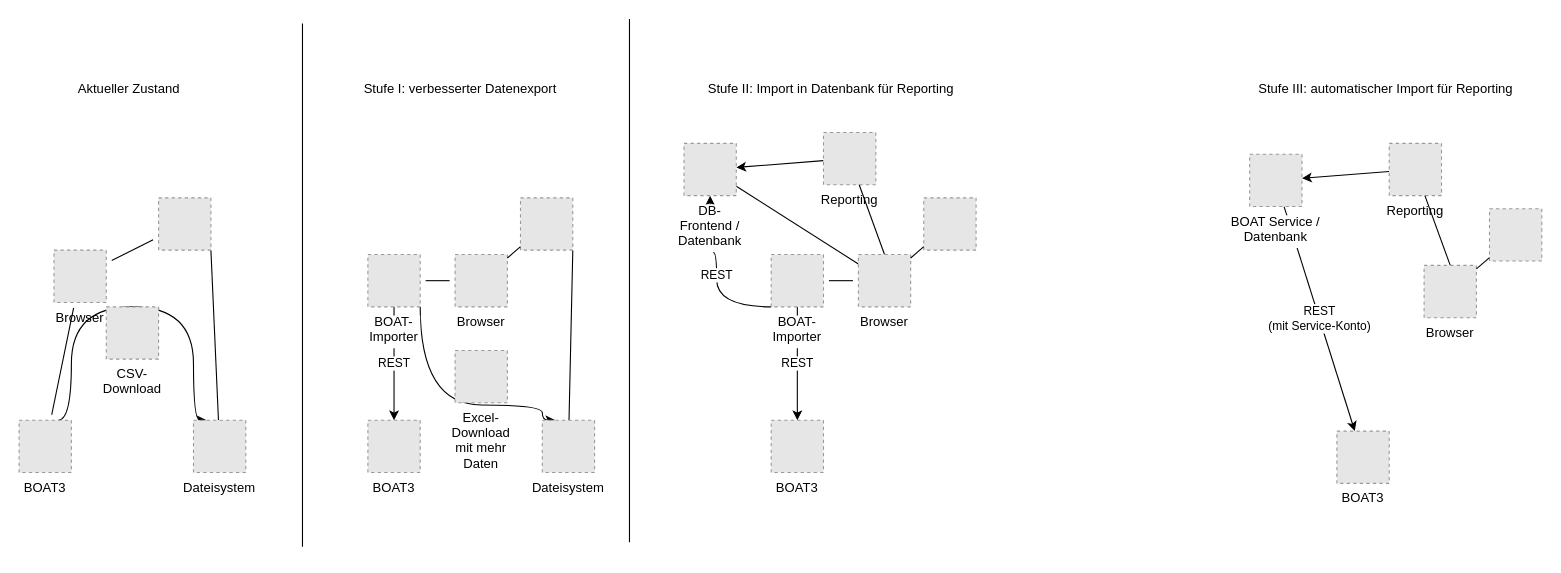
This is Architektur.drawio from rongem/boat-extensions, a draw.io file, before an edit. Source tidied: cells renumbered, new cells numbered last; positions are measured from the earlier drawing's top-left corner, leaving out a move shared by most shapes. Both pictures are drawn from the tidied source at 109%, with x=0, y=0 at pixel (19, 19). Pictures stored in the file or linked from it are replaced by grey dashed boxes.
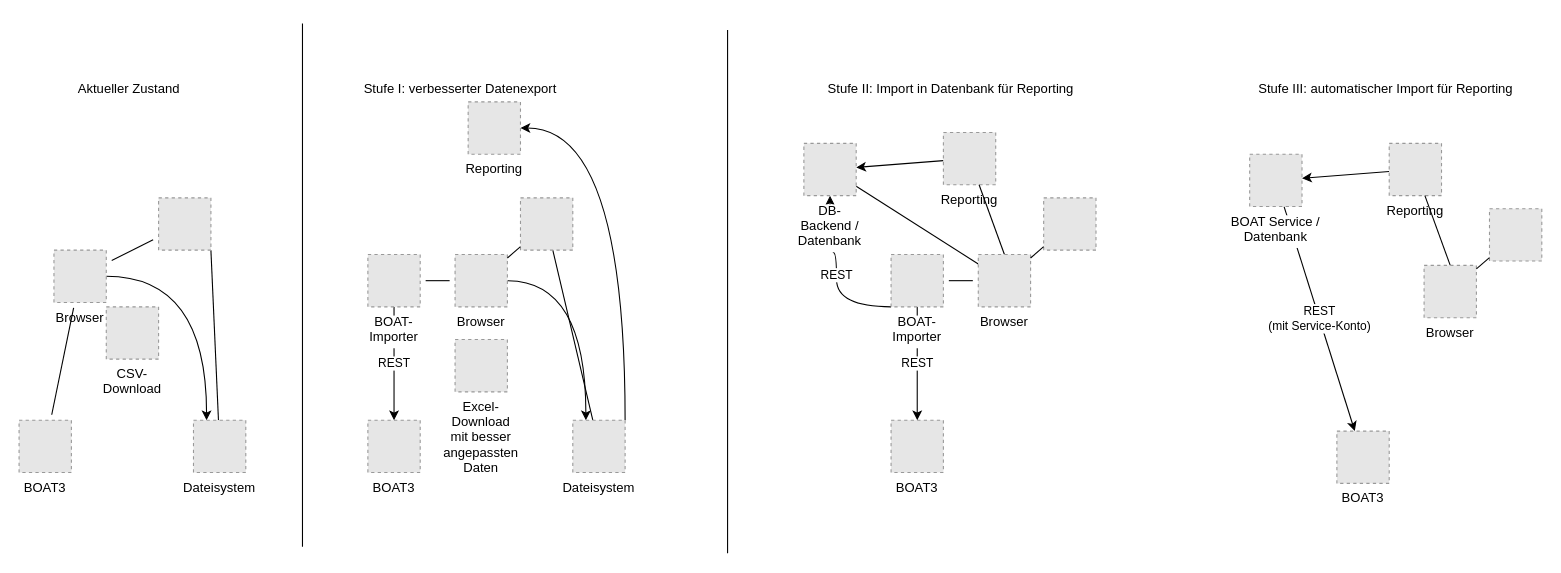
Above is the later version.

Commit message:
updated architecture sketch

The change refers to these unchanged cells:
```xml
<mxCell id="4" value="BOAT3" style="fillColor=#E6E6E6;strokeColor=#999999;dashed=1;verticalLabelPosition=bottom;verticalAlign=top;labelBackgroundColor=#ffffff;" parent="1" vertex="1">
  <mxGeometry y="368" width="48" height="48" as="geometry" />
</mxCell>
<mxCell id="7" value="Dateisystem" style="fillColor=#E6E6E6;strokeColor=#999999;dashed=1;verticalLabelPosition=bottom;verticalAlign=top;" parent="1" vertex="1">
  <mxGeometry x="160" y="368" width="48" height="48" as="geometry" />
</mxCell>
<mxCell id="13" style="fillColor=#E6E6E6;strokeColor=#999999;dashed=1;verticalLabelPosition=bottom;verticalAlign=top;" parent="1" vertex="1">
  <mxGeometry x="460" y="164" width="48" height="48" as="geometry" />
</mxCell>
<mxCell id="17" value="BOAT-&#10;Importer&#10;" style="fillColor=#E6E6E6;strokeColor=#999999;dashed=1;verticalLabelPosition=bottom;verticalAlign=top;labelBackgroundColor=#ffffff;" parent="1" vertex="1">
  <mxGeometry x="320" y="216" width="48" height="48" as="geometry" />
</mxCell>
<mxCell id="18" value="Browser" style="fillColor=#E6E6E6;strokeColor=#999999;dashed=1;verticalLabelPosition=bottom;verticalAlign=top;" parent="1" vertex="1">
  <mxGeometry x="32" y="212" width="48" height="48" as="geometry" />
</mxCell>
<mxCell id="20" value="Browser" style="fillColor=#E6E6E6;strokeColor=#999999;dashed=1;verticalLabelPosition=bottom;verticalAlign=top;" parent="1" vertex="1">
  <mxGeometry x="400" y="216" width="48" height="48" as="geometry" />
</mxCell>
```

The edit, as a diff of the source:
```diff
@@
-    <mxCell id="3" style="edgeStyle=orthogonalEdgeStyle;rounded=0;jettySize=auto;html=1;exitX=0.75;exitY=0;exitDx=0;exitDy=0;endArrow=classic;endFill=1;curved=1;entryX=0.25;entryY=0;entryDx=0;entryDy=0;" parent="1" edge="1" source="4" target="7">
-      <mxGeometry relative="1" as="geometry">
-        <Array as="points">
-          <mxPoint x="48" y="368" />
-          <mxPoint x="48" y="264" />
-          <mxPoint x="160" y="264" />
-          <mxPoint x="160" y="368" />
-        </Array>
-      </mxGeometry>
+    <mxCell id="3" style="edgeStyle=orthogonalEdgeStyle;rounded=0;jettySize=auto;html=1;endArrow=classic;endFill=1;curved=1;entryX=0.25;entryY=0;entryDx=0;entryDy=0;" parent="1" edge="1" source="18" target="7">
+      <mxGeometry relative="1" as="geometry" />
     </mxCell>
@@
-    <mxCell id="10" style="edgeStyle=orthogonalEdgeStyle;rounded=0;jettySize=auto;html=1;endArrow=classic;endFill=1;curved=1;entryX=0.25;entryY=0;entryDx=0;entryDy=0;" parent="1" edge="1" source="17" target="14">
-      <mxGeometry relative="1" as="geometry">
-        <Array as="points">
-          <mxPoint x="368" y="354" />
-          <mxPoint x="480" y="354" />
-          <mxPoint x="480" y="368" />
-        </Array>
-      </mxGeometry>
+    <mxCell id="10" style="edgeStyle=orthogonalEdgeStyle;rounded=0;jettySize=auto;html=1;endArrow=classic;endFill=1;curved=1;entryX=0.25;entryY=0;entryDx=0;entryDy=0;" parent="1" edge="1" source="20" target="14">
+      <mxGeometry relative="1" as="geometry" />
     </mxCell>
@@
-    <mxCell id="12" style="rounded=0;jettySize=auto;html=1;exitX=1;exitY=1;exitDx=0;exitDy=0;endArrow=none;endFill=0;" parent="1" edge="1" source="13" target="14">
+    <mxCell id="12" style="rounded=0;jettySize=auto;html=1;endArrow=none;endFill=0;" parent="1" edge="1" source="13" target="14">
       <mxGeometry relative="1" as="geometry" />
     </mxCell>
@@
+    <mxCell id="50" style="edgeStyle=orthogonalEdgeStyle;rounded=0;jettySize=auto;html=1;exitX=1;exitY=0;exitDx=0;exitDy=0;curved=1;entryX=1;entryY=0.5;entryDx=0;entryDy=0;" parent="1" edge="1" source="14" target="51">
+      <mxGeometry relative="1" as="geometry" />
+    </mxCell>
     <mxCell id="14" value="Dateisystem" style="fillColor=#E6E6E6;strokeColor=#999999;dashed=1;verticalLabelPosition=bottom;verticalAlign=top;" parent="1" vertex="1">
-      <mxGeometry x="480" y="368" width="48" height="48" as="geometry" />
+      <mxGeometry x="508" y="368" width="48" height="48" as="geometry" />
     </mxCell>
-    <mxCell id="15" value="Excel-&#10;Download&#10;mit mehr&#10;Daten&#10;" style="fillColor=#E6E6E6;strokeColor=#999999;dashed=1;verticalLabelPosition=bottom;verticalAlign=top;" parent="1" vertex="1">
-      <mxGeometry x="400" y="304" width="48" height="48" as="geometry" />
+    <mxCell id="15" value="Excel-&#10;Download&#10;mit besser&#10;angepassten&#10;Daten" style="fillColor=#E6E6E6;strokeColor=#999999;dashed=1;verticalLabelPosition=bottom;verticalAlign=top;" parent="1" vertex="1">
+      <mxGeometry x="400" y="294" width="48" height="48" as="geometry" />
     </mxCell>
@@
     <mxCell id="23" style="endArrow=none;html=1;" parent="1" edge="1">
       <mxGeometry relative="1" as="geometry">
-        <mxPoint x="560" y="480" as="sourcePoint" />
-        <mxPoint x="560" as="targetPoint" />
+        <mxPoint x="650" y="490" as="sourcePoint" />
+        <mxPoint x="650" y="10" as="targetPoint" />
       </mxGeometry>
     </mxCell>
@@
     <mxCell id="25" value="BOAT3" style="fillColor=#E6E6E6;strokeColor=#999999;dashed=1;verticalLabelPosition=bottom;verticalAlign=top;labelBackgroundColor=#ffffff;" parent="1" vertex="1">
-      <mxGeometry x="690" y="368" width="48" height="48" as="geometry" />
+      <mxGeometry x="800" y="368" width="48" height="48" as="geometry" />
     </mxCell>
@@
     <mxCell id="27" style="fillColor=#E6E6E6;strokeColor=#999999;dashed=1;verticalLabelPosition=bottom;verticalAlign=top;" parent="1" vertex="1">
-      <mxGeometry x="830" y="164" width="48" height="48" as="geometry" />
+      <mxGeometry x="940" y="164" width="48" height="48" as="geometry" />
     </mxCell>
@@
     <mxCell id="29" value="REST" style="edgeStyle=orthogonalEdgeStyle;rounded=0;jettySize=auto;html=1;endArrow=classic;endFill=1;curved=1;" parent="1" edge="1" source="30" target="33">
       <mxGeometry relative="1" as="geometry">
         <Array as="points">
-          <mxPoint x="640" y="264" />
-          <mxPoint x="640" y="214" />
-          <mxPoint x="634" y="214" />
+          <mxPoint x="750" y="264" />
+          <mxPoint x="750" y="214" />
+          <mxPoint x="744" y="214" />
         </Array>
       </mxGeometry>
     </mxCell>
     <mxCell id="30" value="BOAT-&#10;Importer&#10;" style="fillColor=#E6E6E6;strokeColor=#999999;dashed=1;verticalLabelPosition=bottom;verticalAlign=top;labelBackgroundColor=#ffffff;" parent="1" vertex="1">
-      <mxGeometry x="690" y="216" width="48" height="48" as="geometry" />
+      <mxGeometry x="800" y="216" width="48" height="48" as="geometry" />
     </mxCell>
@@
     <mxCell id="32" value="Reporting" style="fillColor=#E6E6E6;strokeColor=#999999;dashed=1;verticalLabelPosition=bottom;verticalAlign=top;" parent="1" vertex="1">
-      <mxGeometry x="738" y="104" width="48" height="48" as="geometry" />
+      <mxGeometry x="848" y="104" width="48" height="48" as="geometry" />
     </mxCell>
-    <mxCell id="33" value="DB-&#10;Frontend / &#10;Datenbank" style="fillColor=#E6E6E6;strokeColor=#999999;dashed=1;verticalLabelPosition=bottom;verticalAlign=top;labelBackgroundColor=#ffffff;" parent="1" vertex="1">
-      <mxGeometry x="610" y="114" width="48" height="48" as="geometry" />
+    <mxCell id="33" value="DB-&#10;Backend / &#10;Datenbank" style="fillColor=#E6E6E6;strokeColor=#999999;dashed=1;verticalLabelPosition=bottom;verticalAlign=top;labelBackgroundColor=#ffffff;" parent="1" vertex="1">
+      <mxGeometry x="720" y="114" width="48" height="48" as="geometry" />
     </mxCell>
@@
     <mxCell id="35" value="Browser" style="fillColor=#E6E6E6;strokeColor=#999999;dashed=1;verticalLabelPosition=bottom;verticalAlign=top;" parent="1" vertex="1">
-      <mxGeometry x="770" y="216" width="48" height="48" as="geometry" />
+      <mxGeometry x="880" y="216" width="48" height="48" as="geometry" />
     </mxCell>
@@
     <mxCell id="39" value="Stufe II: Import in Datenbank für Reporting" style="text;html=1;strokeColor=none;fillColor=none;align=center;verticalAlign=middle;whiteSpace=wrap;rounded=0;" parent="1" vertex="1">
-      <mxGeometry x="620" y="54" width="250" height="20" as="geometry" />
+      <mxGeometry x="730" y="54" width="250" height="20" as="geometry" />
     </mxCell>
@@
+    <mxCell id="51" value="Reporting" style="fillColor=#E6E6E6;strokeColor=#999999;dashed=1;verticalLabelPosition=bottom;verticalAlign=top;" parent="1" vertex="1">
+      <mxGeometry x="412" y="76" width="48" height="48" as="geometry" />
+    </mxCell>
```
